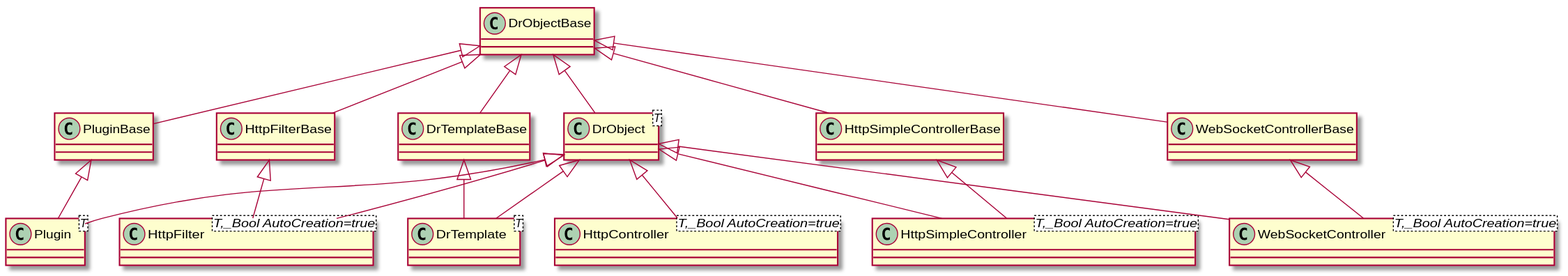
Before: drogon/puml/drobjectbase_hierarchy.svg, a diagram exported from PlantUML (bkryza/clang-uml-examples).
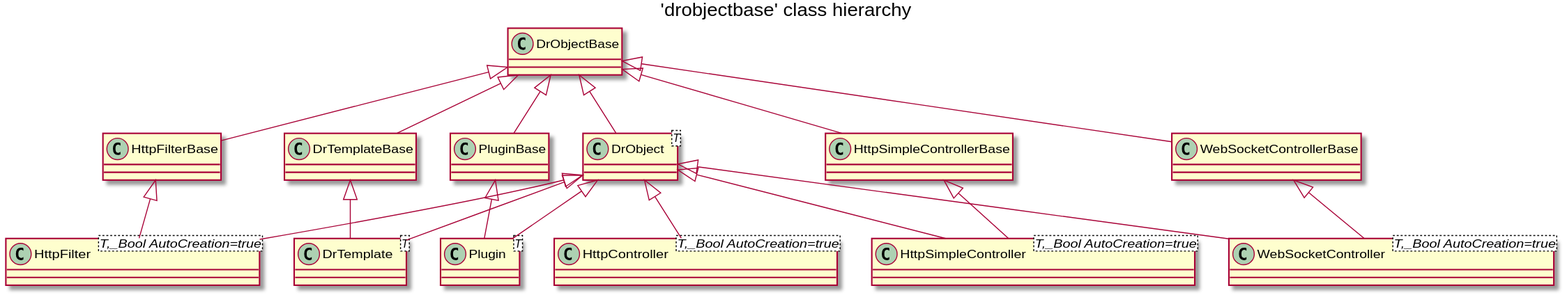
After the commit.

The edit, as a diff of the source:
```diff
@@ -1,18 +1,11 @@
 @startuml
+title 'drobjectbase' class hierarchy
 class "DrObjectBase" as C_0000948678946378292650
 class C_0000948678946378292650 {
 __
 }
 class "DrObject<T>" as C_0000928351319055387329
 class C_0000928351319055387329 {
-__
-}
-class "PluginBase" as C_0001766132705992294525
-class C_0001766132705992294525 {
-__
-}
-class "Plugin<T>" as C_0000090245984191403772
-class C_0000090245984191403772 {
 __
 }
 class "HttpFilterBase" as C_0001287349830889935744
@@ -29,6 +22,14 @@
 }
 class "DrTemplate<T>" as C_0000730908334399288167
 class C_0000730908334399288167 {
+__
+}
+class "PluginBase" as C_0001766132705992294525
+class C_0001766132705992294525 {
+__
+}
+class "Plugin<T>" as C_0000090245984191403772
+class C_0000090245984191403772 {
 __
 }
 class "HttpSimpleControllerBase" as C_0000128620413217137181
@@ -52,15 +53,15 @@
 __
 }
 C_0000948678946378292650 <|-- C_0000928351319055387329
-C_0000948678946378292650 <|-- C_0001766132705992294525
-C_0001766132705992294525 <|-- C_0000090245984191403772
-C_0000928351319055387329 <|-- C_0000090245984191403772
 C_0000948678946378292650 <|-- C_0001287349830889935744
 C_0000928351319055387329 <|-- C_0001423317784030907931
 C_0001287349830889935744 <|-- C_0001423317784030907931
 C_0000948678946378292650 <|-- C_0000286555068366301766
 C_0000928351319055387329 <|-- C_0000730908334399288167
 C_0000286555068366301766 <|-- C_0000730908334399288167
+C_0000948678946378292650 <|-- C_0001766132705992294525
+C_0001766132705992294525 <|-- C_0000090245984191403772
+C_0000928351319055387329 <|-- C_0000090245984191403772
 C_0000948678946378292650 <|-- C_0000128620413217137181
 C_0000948678946378292650 <|-- C_0001615046545627727628
 C_0000928351319055387329 <|-- C_0000022864597420834899
```
